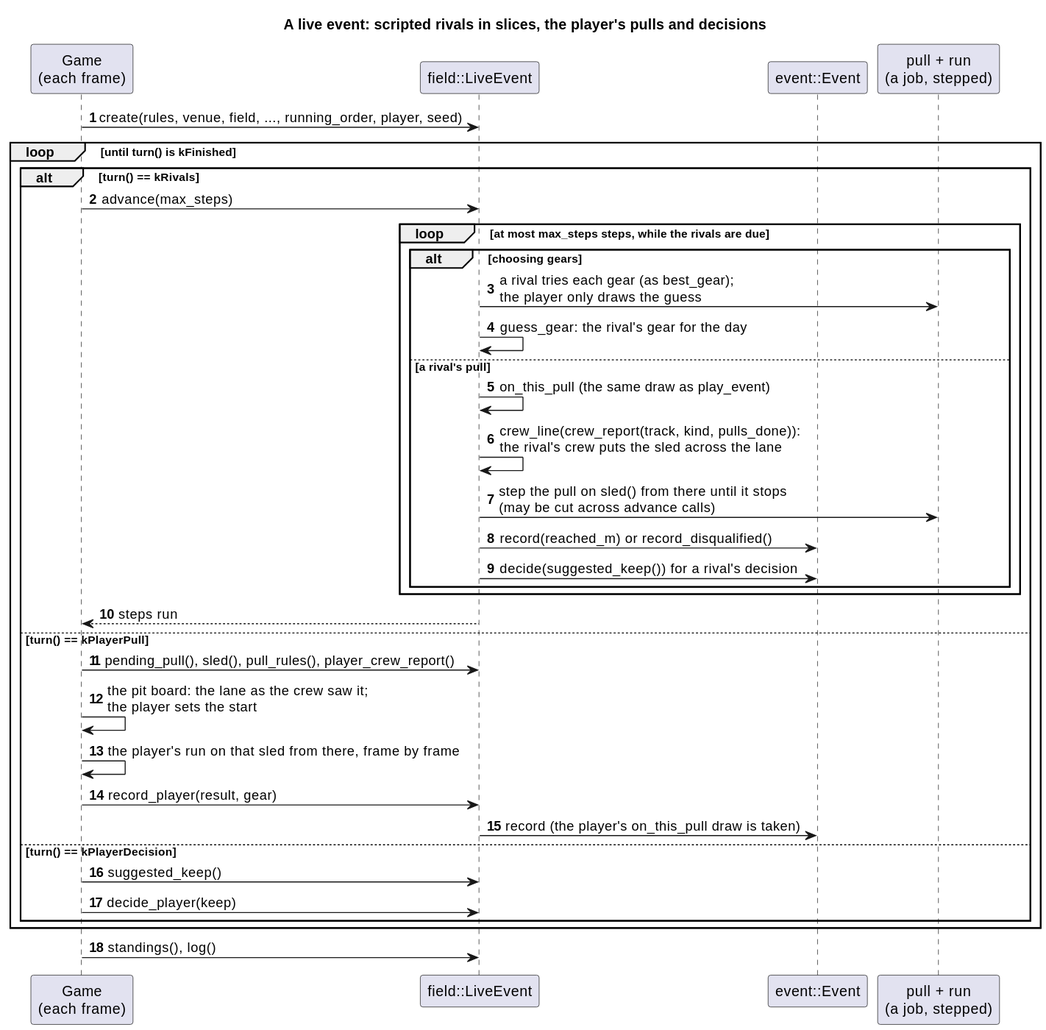
Earlier version of the PlantUML export docs/diagrams/svg/live_event_sequence.svg (wversteeg/TractorPulling).
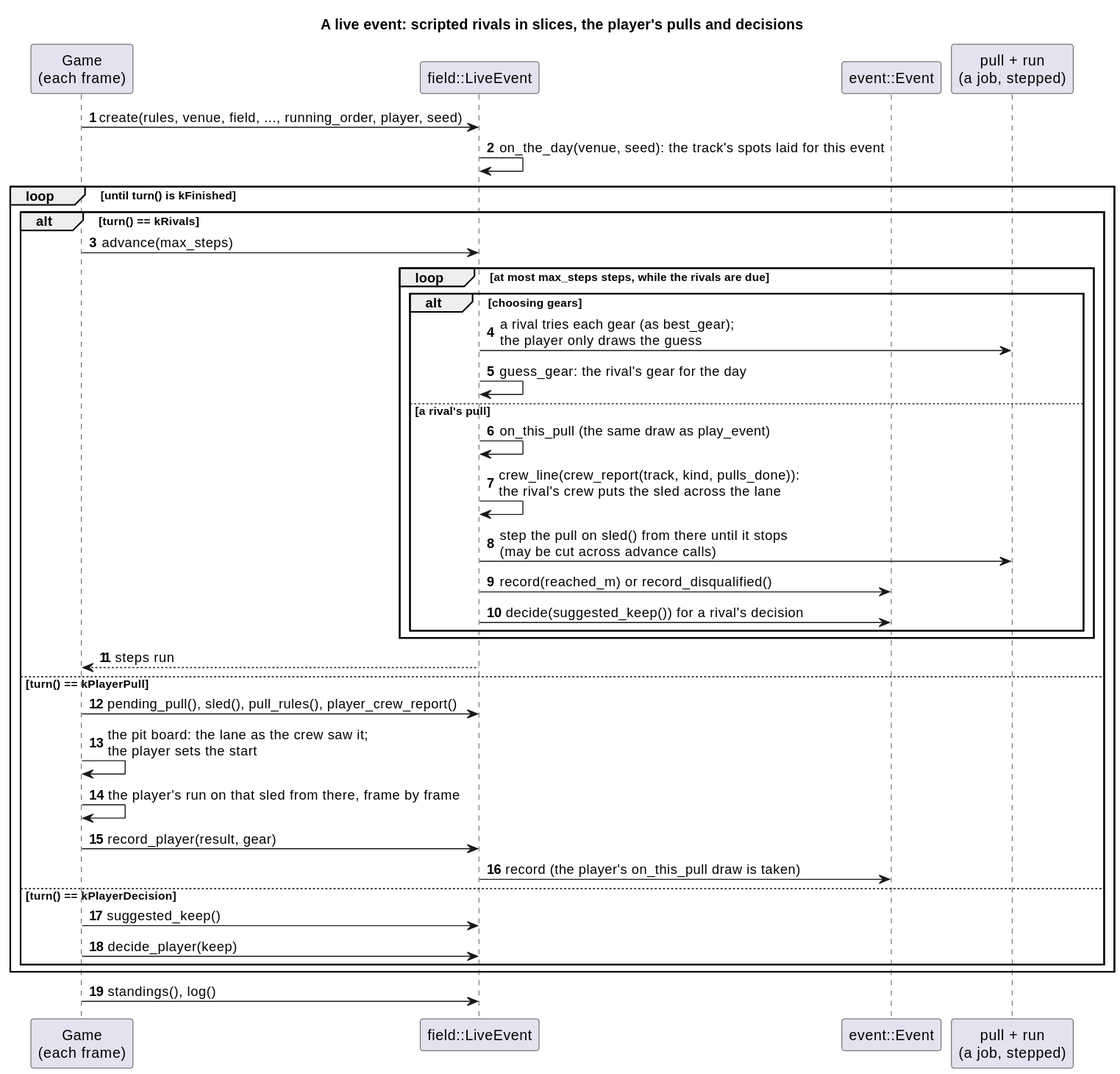
Later version of the same file.

What changed in the source:
```diff
@@ -7,6 +7,7 @@
 participant "pull + run\n(a job, stepped)" as Run
 
 Game -> Live : create(rules, venue, field, ..., running_order, player, seed)
+Live -> Live : on_the_day(venue, seed): the track's spots laid for this event
 loop until turn() is kFinished
   alt turn() == kRivals
     Game -> Live : advance(max_steps)
```
